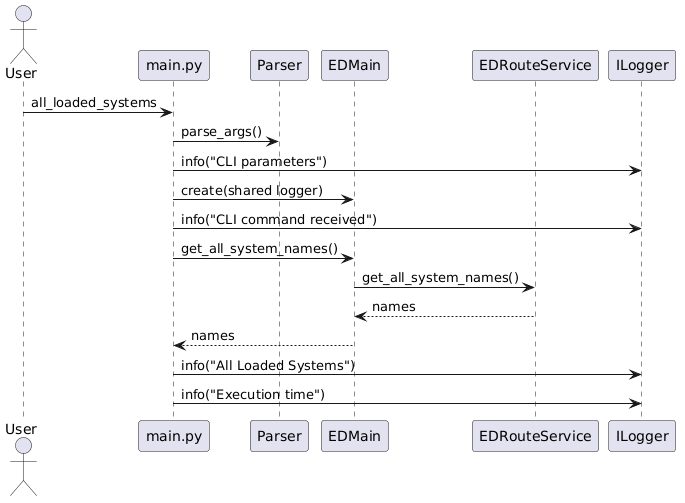
Before: docs/diagrams/cli/cli_all_loaded_systems_flow.png, a diagram exported from PlantUML (fazleskhan/elite_dangerous_discord_tools). Its diagram source:
```plantuml
@startuml
actor User
participant "main.py" as Main
participant Parser
participant EDMain
participant EDRouteService as RouteService
participant ILogger as Logger

User -> Main: all_loaded_systems
Main -> Parser: parse_args()
Main -> Logger: info("CLI parameters")
Main -> EDMain: create(shared logger)
Main -> Logger: info("CLI command received")
Main -> EDMain: get_all_system_names()
EDMain -> RouteService: get_all_system_names()
RouteService --> EDMain: names
EDMain --> Main: names
Main -> Logger: info("All Loaded Systems")
Main -> Logger: info("Execution time")
@enduml
```
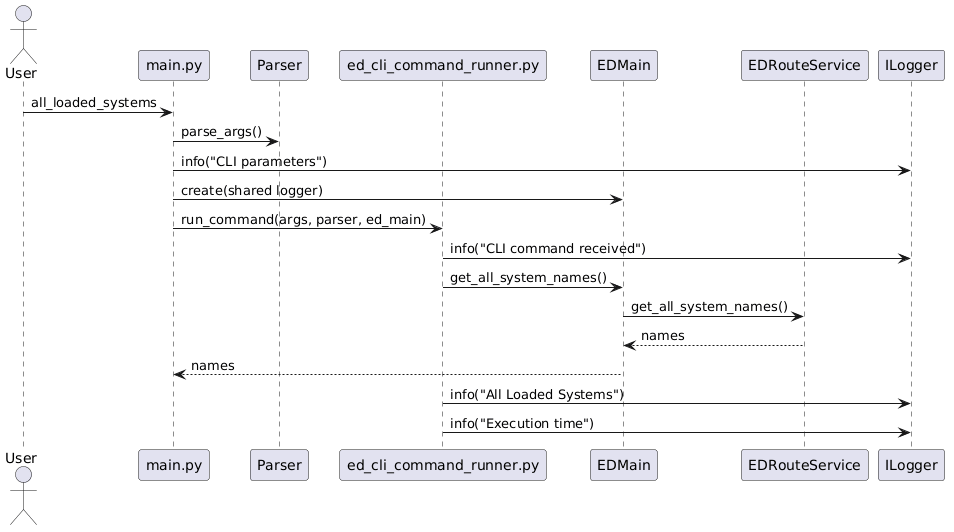
Later version of the same file.

The edit, as a diff of the source:
```diff
@@ -2,6 +2,7 @@
 actor User
 participant "main.py" as Main
 participant Parser
+participant "ed_cli_command_runner.py" as CommandRunner
 participant EDMain
 participant EDRouteService as RouteService
 participant ILogger as Logger
@@ -10,11 +11,12 @@
 Main -> Parser: parse_args()
 Main -> Logger: info("CLI parameters")
 Main -> EDMain: create(shared logger)
-Main -> Logger: info("CLI command received")
-Main -> EDMain: get_all_system_names()
+Main -> CommandRunner: run_command(args, parser, ed_main)
+CommandRunner -> Logger: info("CLI command received")
+CommandRunner -> EDMain: get_all_system_names()
 EDMain -> RouteService: get_all_system_names()
 RouteService --> EDMain: names
 EDMain --> Main: names
-Main -> Logger: info("All Loaded Systems")
-Main -> Logger: info("Execution time")
+CommandRunner -> Logger: info("All Loaded Systems")
+CommandRunner -> Logger: info("Execution time")
 @enduml
```
